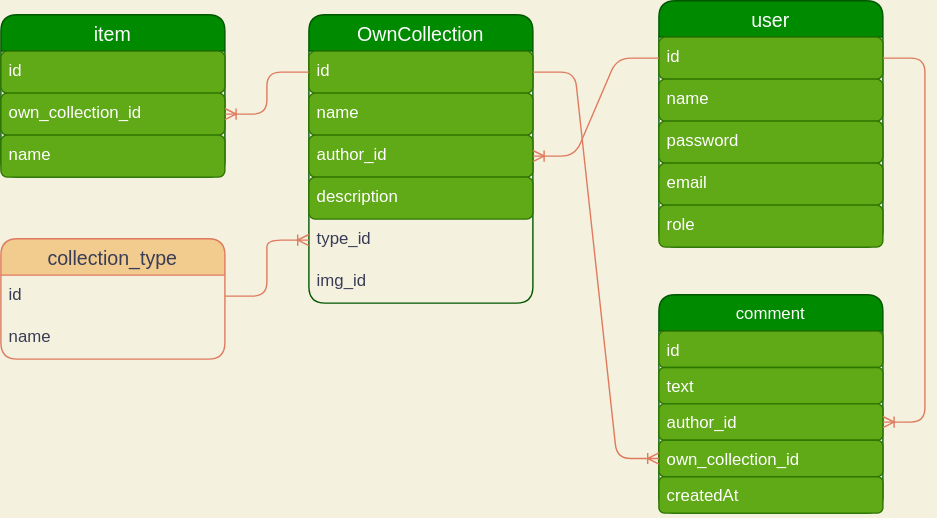
Ayyyvan/course_project_v2 keeps this draw.io diagram as dbstructure.drawio.svg. Above is the earlier version. Source tidied: cells renumbered, new cells last; positions are measured from the earlier drawing's top-left corner, leaving out a move shared by most shapes.
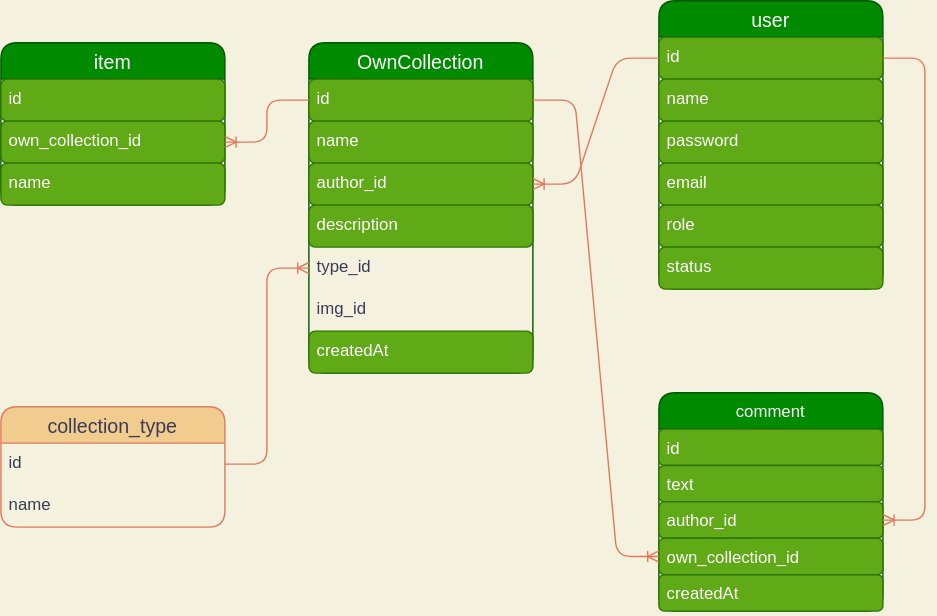
Above is the later version.

Diff of the diagram source:
```diff
@@ -3,7 +3,7 @@
     <mxCell id="0" />
     <mxCell id="1" parent="0" />
     <mxCell id="2" value="user" style="swimlane;fontStyle=0;horizontal=1;startSize=26;align=center;fontSize=14;fillColor=#008a00;strokeColor=#005700;fontColor=#ffffff;rounded=1;" parent="1" vertex="1">
-      <mxGeometry x="470" width="160" height="176" as="geometry" />
+      <mxGeometry x="470" y="-20" width="160" height="206" as="geometry" />
     </mxCell>
     <mxCell id="3" value="id" style="text;strokeColor=#2D7600;fillColor=#60a917;spacingLeft=4;spacingRight=4;overflow=hidden;points=[[0,0.5],[1,0.5]];portConstraint=eastwest;fontSize=12;fontColor=#ffffff;rounded=1;" parent="2" vertex="1">
       <mxGeometry y="26" width="160" height="30" as="geometry" />
@@ -20,8 +20,11 @@
     <mxCell id="7" value="role" style="text;strokeColor=#2D7600;fillColor=#60a917;spacingLeft=4;spacingRight=4;overflow=hidden;fontSize=12;fontColor=#ffffff;rounded=1;" parent="2" vertex="1">
       <mxGeometry y="146" width="160" height="30" as="geometry" />
     </mxCell>
+    <mxCell id="33" value="status" style="text;strokeColor=#2D7600;fillColor=#60a917;spacingLeft=4;spacingRight=4;overflow=hidden;fontSize=12;fontColor=#ffffff;rounded=1;" parent="2" vertex="1">
+      <mxGeometry y="176" width="160" height="30" as="geometry" />
+    </mxCell>
     <mxCell id="8" value="OwnCollection" style="swimlane;fontStyle=0;horizontal=1;startSize=26;align=center;fontSize=14;fillColor=#008a00;strokeColor=#005700;fontColor=#ffffff;rounded=1;" parent="1" vertex="1">
-      <mxGeometry x="220" y="10" width="160" height="206" as="geometry" />
+      <mxGeometry x="220" y="10" width="160" height="236" as="geometry" />
     </mxCell>
     <mxCell id="9" value="id" style="text;strokeColor=#2D7600;fillColor=#60a917;spacingLeft=4;spacingRight=4;overflow=hidden;points=[[0,0.5],[1,0.5]];portConstraint=eastwest;fontSize=12;fontColor=#ffffff;rounded=1;" parent="8" vertex="1">
       <mxGeometry y="26" width="160" height="30" as="geometry" />
@@ -38,8 +41,11 @@
     <mxCell id="13" value="type_id" style="text;strokeColor=none;fillColor=none;spacingLeft=4;spacingRight=4;overflow=hidden;points=[[0,0.5],[1,0.5]];portConstraint=eastwest;fontSize=12;fontColor=#393C56;rounded=1;" parent="8" vertex="1">
       <mxGeometry y="146" width="160" height="30" as="geometry" />
     </mxCell>
+    <mxCell id="34" value="img_id" style="text;strokeColor=none;fillColor=none;spacingLeft=4;spacingRight=4;overflow=hidden;fontSize=12;fontColor=#393C56;rounded=1;" parent="8" vertex="1">
+      <mxGeometry y="176" width="160" height="30" as="geometry" />
+    </mxCell>
-    <mxCell id="14" value="img_id" style="text;strokeColor=none;fillColor=none;spacingLeft=4;spacingRight=4;overflow=hidden;fontSize=12;fontColor=#393C56;rounded=1;" parent="8" vertex="1">
-      <mxGeometry y="176" width="160" height="30" as="geometry" />
+    <mxCell id="14" value="createdAt" style="text;strokeColor=#2D7600;fillColor=#60a917;spacingLeft=4;spacingRight=4;overflow=hidden;fontSize=12;fontColor=#ffffff;rounded=1;" parent="8" vertex="1">
+      <mxGeometry y="206" width="160" height="30" as="geometry" />
     </mxCell>
     <mxCell id="15" value="item" style="swimlane;fontStyle=0;horizontal=1;startSize=26;align=center;fontSize=14;fillColor=#008a00;strokeColor=#005700;fontColor=#ffffff;rounded=1;" parent="1" vertex="1">
       <mxGeometry y="10" width="160" height="116" as="geometry" />
@@ -54,7 +60,7 @@
       <mxGeometry y="86" width="160" height="30" as="geometry" />
     </mxCell>
     <mxCell id="19" value="collection_type" style="swimlane;fontStyle=0;horizontal=1;startSize=26;align=center;fontSize=14;fillColor=#F2CC8F;strokeColor=#E07A5F;fontColor=#393C56;rounded=1;" parent="1" vertex="1">
-      <mxGeometry y="170" width="160" height="86" as="geometry" />
+      <mxGeometry y="270" width="160" height="86" as="geometry" />
     </mxCell>
     <mxCell id="20" value="id" style="text;strokeColor=none;fillColor=none;spacingLeft=4;spacingRight=4;overflow=hidden;points=[[0,0.5],[1,0.5]];portConstraint=eastwest;fontSize=12;fontColor=#393C56;rounded=1;" parent="19" vertex="1">
       <mxGeometry y="26" width="160" height="30" as="geometry" />
@@ -72,7 +78,7 @@
       <mxGeometry relative="1" as="geometry" />
     </mxCell>
     <mxCell id="25" value="comment" style="swimlane;fontStyle=0;horizontal=1;startSize=26;fillColor=#008a00;strokeColor=#005700;fontColor=#ffffff;rounded=1;" parent="1" vertex="1">
-      <mxGeometry x="470" y="210" width="160" height="156" as="geometry" />
+      <mxGeometry x="470" y="260" width="160" height="156" as="geometry" />
     </mxCell>
     <mxCell id="26" value="id" style="text;strokeColor=#2D7600;fillColor=#60a917;align=left;verticalAlign=top;spacingLeft=4;spacingRight=4;overflow=hidden;fontColor=#ffffff;rounded=1;" parent="25" vertex="1">
       <mxGeometry y="26" width="160" height="26" as="geometry" />
```
